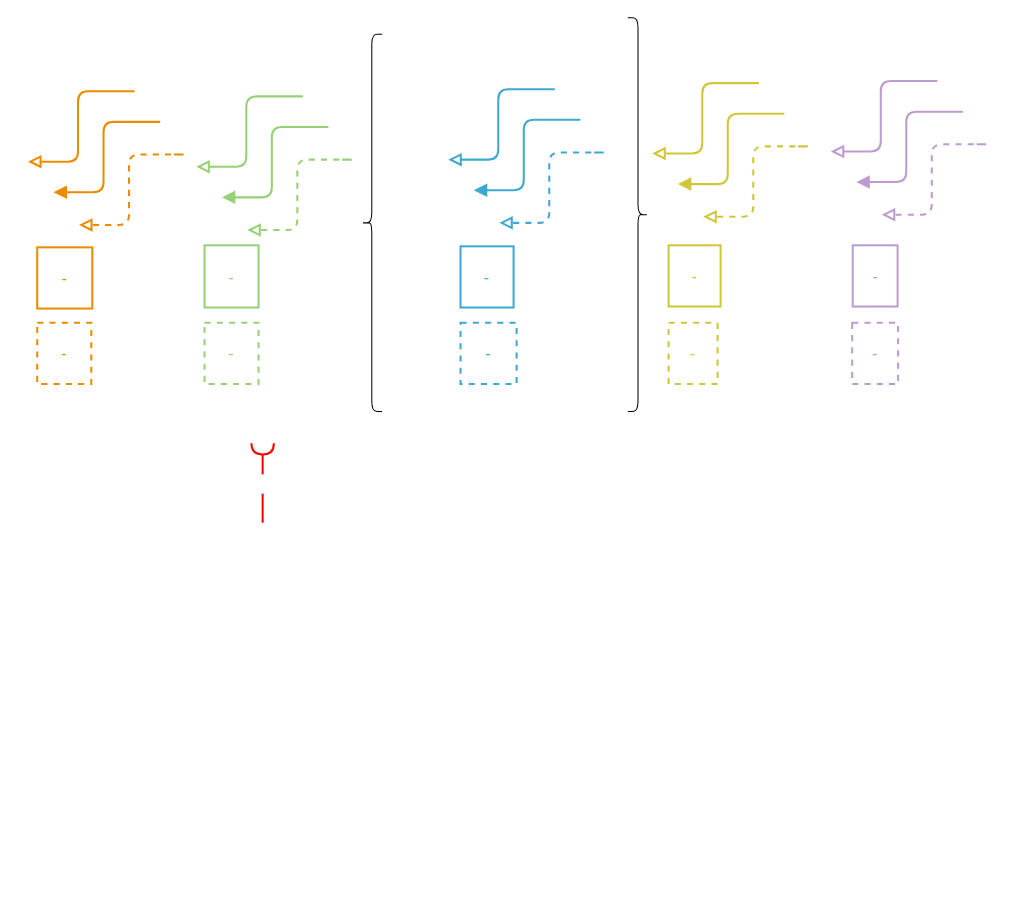
Earlier version of the draw.io diagram SupportingFiles/Diagram.drawio (EddyRog/App-CompanionMODS-D2). Source tidied: cells renumbered, new cells numbered last; positions are measured from the earlier drawing's top-left corner, leaving out a move shared by most shapes. Both pictures are drawn from the tidied source at 102%, with x=0, y=0 at pixel (28, 17).
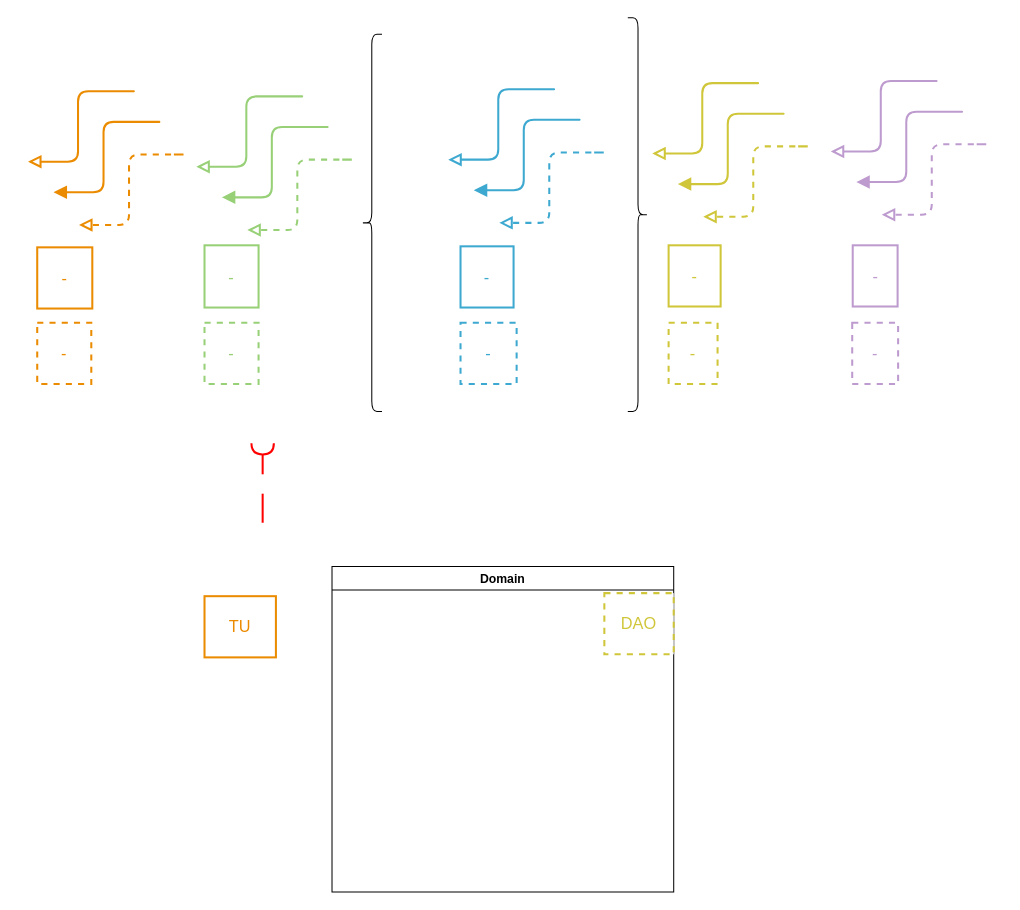
After the change.

Diff of the diagram source:
```diff
@@
+    <mxCell id="36" value="Domain" style="swimlane;" parent="1" vertex="1">
+      <mxGeometry x="298" y="538" width="335" height="319" as="geometry" />
+    </mxCell>
+    <mxCell id="37" value="DAO" style="whiteSpace=wrap;html=1;fontSize=16;strokeColor=#D0C63A;fontColor=#D0C63A;strokeWidth=2;rounded=0;dashed=1;" parent="36" vertex="1">
+      <mxGeometry x="267" y="26" width="68" height="60" as="geometry" />
+    </mxCell>
+    <mxCell id="38" value="TU" style="whiteSpace=wrap;html=1;fontSize=16;strokeColor=#EB8B00;fontColor=#EB8B00;strokeWidth=2;rounded=0;" parent="1" vertex="1">
+      <mxGeometry x="173" y="567" width="70" height="60" as="geometry" />
+    </mxCell>
```
